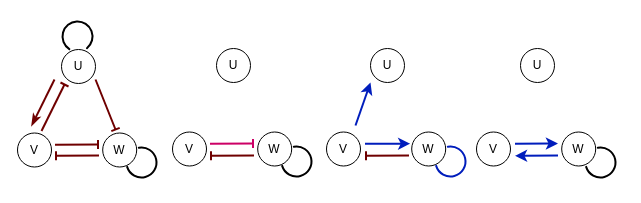
SofieRu/TuringNetworksThesis keeps this draw.io diagram as ThesisGraphs/topology.drawio. Above is the earlier version. Source tidied: cells renumbered, new cells numbered last; positions are measured from the earlier drawing's top-left corner, leaving out a move shared by most shapes. Both pictures are drawn from the tidied source at 100%, with x=0, y=0 at pixel (17, 21).
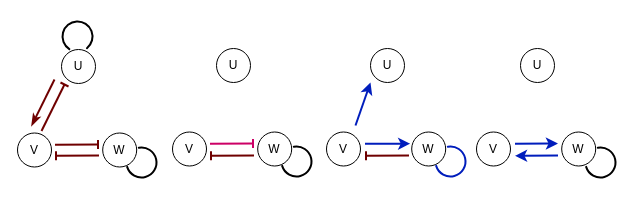
The same page after the edit.

What changed in the source:
```diff
@@
-    <mxCell id="30" style="endArrow=none;html=1;strokeWidth=2;fillColor=#a20025;strokeColor=light-dark(#6F0000,#CC0066);endFill=0;startSize=6;startArrow=baseDash;startFill=0;" parent="1" edge="1">
-      <mxGeometry relative="1" as="geometry">
-        <mxPoint x="98" y="108" as="sourcePoint" />
-        <mxPoint x="78" y="58" as="targetPoint" />
-      </mxGeometry>
-    </mxCell>
```
